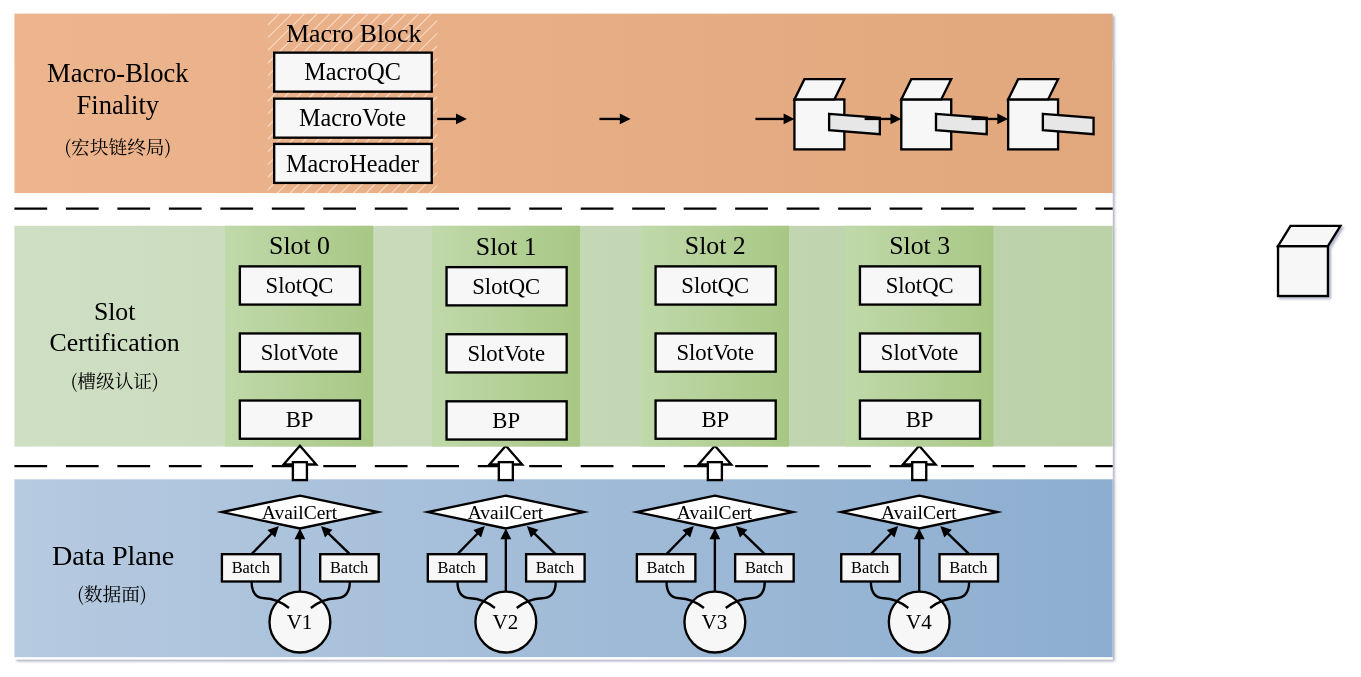
Earlier version of the draw.io diagram page "第 10 页" (10 of 10) of 3-x.drawio (cynic-1/Graphs). Source tidied: cells renumbered, new cells numbered last; positions are measured from the earlier drawing's top-left corner, leaving out a move shared by most shapes. Both pictures are drawn from the tidied source at 78%, with x=0, y=0 at pixel (14, 13).
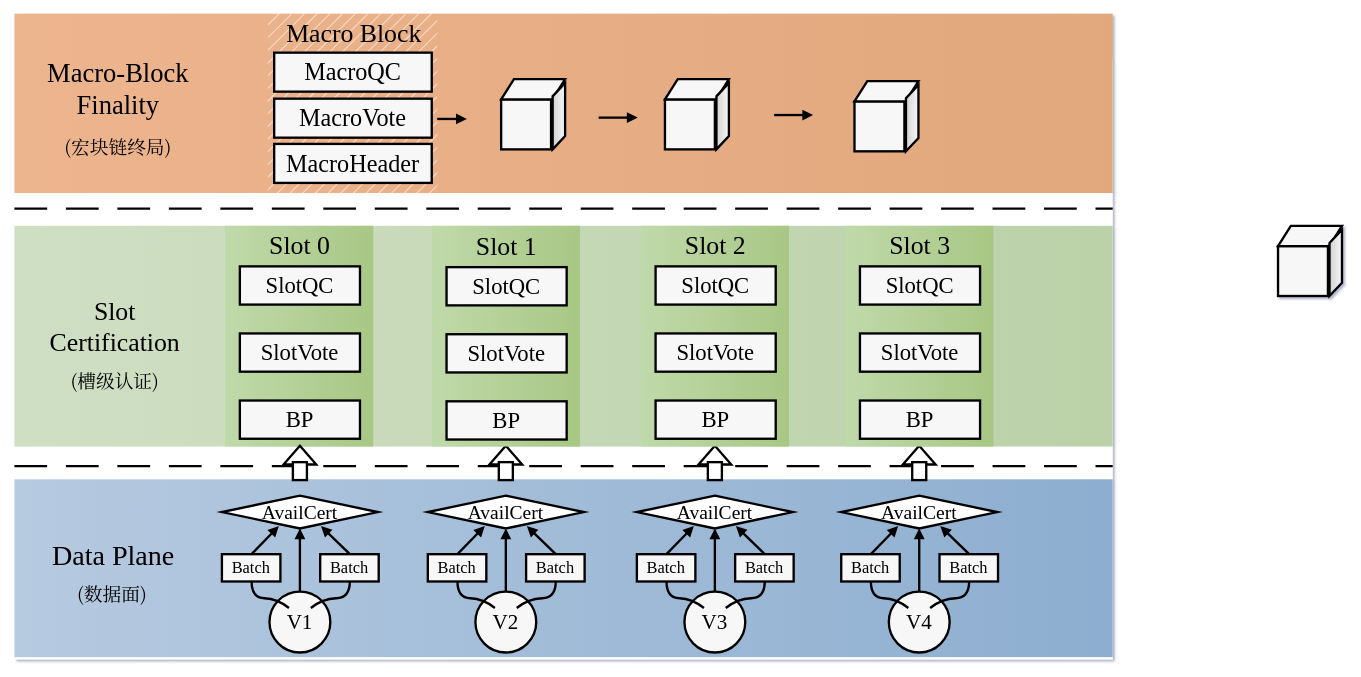
The same page after the edit.

Change to the diagram source:
```diff
@@
-    <mxCell id="17" style="edgeStyle=none;html=1;rounded=0;jettySize=auto;orthogonalLoop=1;strokeWidth=3;endArrow=block;endFill=1;" parent="1" edge="1">
-      <mxGeometry relative="1" as="geometry">
-        <mxPoint x="750" y="135" as="sourcePoint" />
-        <mxPoint x="790" y="135" as="targetPoint" />
-      </mxGeometry>
-    </mxCell>
     <mxCell id="18" style="edgeStyle=none;html=1;rounded=0;jettySize=auto;orthogonalLoop=1;strokeWidth=3;endArrow=block;endFill=1;" parent="1" edge="1">
       <mxGeometry relative="1" as="geometry">
-        <mxPoint x="950" y="135" as="sourcePoint" />
-        <mxPoint x="1000" y="135" as="targetPoint" />
+        <mxPoint x="749" y="133.3" as="sourcePoint" />
+        <mxPoint x="799" y="133.3" as="targetPoint" />
       </mxGeometry>
     </mxCell>
-    <mxCell id="19" style="rounded=0;whiteSpace=wrap;html=1;fillColor=#F7F7F7;strokeColor=#000000;strokeWidth=3;" parent="1" vertex="1">
-      <mxGeometry x="1000" y="110" width="64" height="64" as="geometry" />
-    </mxCell>
-    <mxCell id="20" style="shape=parallelogram;perimeter=parallelogramPerimeter;whiteSpace=wrap;html=1;fillColor=#F7F7F7;strokeColor=#000000;strokeWidth=3;" parent="1" vertex="1">
-      <mxGeometry x="1000" y="84" width="64" height="26" as="geometry" />
-    </mxCell>
-    <mxCell id="21" style="shape=parallelogram;perimeter=parallelogramPerimeter;whiteSpace=wrap;html=1;fillColor=#E7E7E7;strokeColor=#000000;strokeWidth=3;rotation=90;" parent="1" vertex="1">
-      <mxGeometry x="1064" y="109" width="26" height="65" as="geometry" />
-    </mxCell>
-    <mxCell id="22" style="rounded=0;whiteSpace=wrap;html=1;fillColor=#F7F7F7;strokeColor=#000000;strokeWidth=3;" parent="1" vertex="1">
-      <mxGeometry x="1137" y="110" width="64" height="64" as="geometry" />
-    </mxCell>
-    <mxCell id="23" style="shape=parallelogram;perimeter=parallelogramPerimeter;whiteSpace=wrap;html=1;fillColor=#F7F7F7;strokeColor=#000000;strokeWidth=3;" parent="1" vertex="1">
-      <mxGeometry x="1137" y="84" width="64" height="26" as="geometry" />
-    </mxCell>
-    <mxCell id="24" style="shape=parallelogram;perimeter=parallelogramPerimeter;whiteSpace=wrap;html=1;fillColor=#E7E7E7;strokeColor=#000000;strokeWidth=3;rotation=90;" parent="1" vertex="1">
-      <mxGeometry x="1201" y="109" width="26" height="65" as="geometry" />
-    </mxCell>
-    <mxCell id="25" style="rounded=0;whiteSpace=wrap;html=1;fillColor=#F7F7F7;strokeColor=#000000;strokeWidth=3;" parent="1" vertex="1">
-      <mxGeometry x="1274" y="110" width="64" height="64" as="geometry" />
-    </mxCell>
-    <mxCell id="26" style="shape=parallelogram;perimeter=parallelogramPerimeter;whiteSpace=wrap;html=1;fillColor=#F7F7F7;strokeColor=#000000;strokeWidth=3;" parent="1" vertex="1">
-      <mxGeometry x="1274" y="84" width="64" height="26" as="geometry" />
-    </mxCell>
-    <mxCell id="27" style="shape=parallelogram;perimeter=parallelogramPerimeter;whiteSpace=wrap;html=1;fillColor=#E7E7E7;strokeColor=#000000;strokeWidth=3;rotation=90;" parent="1" vertex="1">
-      <mxGeometry x="1338" y="109" width="26" height="65" as="geometry" />
-    </mxCell>
-    <mxCell id="28" style="edgeStyle=none;html=1;rounded=0;jettySize=auto;orthogonalLoop=1;strokeWidth=3;endArrow=block;endFill=1;" parent="1" edge="1">
-      <mxGeometry relative="1" as="geometry">
-        <mxPoint x="1090" y="135" as="sourcePoint" />
-        <mxPoint x="1137" y="135" as="targetPoint" />
-      </mxGeometry>
-    </mxCell>
-    <mxCell id="29" style="edgeStyle=none;html=1;rounded=0;jettySize=auto;orthogonalLoop=1;strokeWidth=3;endArrow=block;endFill=1;" parent="1" edge="1">
-      <mxGeometry relative="1" as="geometry">
-        <mxPoint x="1227" y="135" as="sourcePoint" />
-        <mxPoint x="1274" y="135" as="targetPoint" />
-      </mxGeometry>
-    </mxCell>
@@
     <mxCell id="99" style="shape=parallelogram;perimeter=parallelogramPerimeter;whiteSpace=wrap;html=1;fillColor=#F7F7F7;strokeColor=#000000;strokeWidth=3;" parent="1" vertex="1">
-      <mxGeometry x="1620" y="272" width="80" height="26" as="geometry" />
+      <mxGeometry x="1620" y="272" width="82" height="26" as="geometry" />
     </mxCell>
+    <mxCell id="100" style="shape=parallelogram;perimeter=parallelogramPerimeter;whiteSpace=wrap;html=1;fillColor=#F7F7F7;strokeColor=default;strokeWidth=3;direction=south;flipV=1;gradientColor=#D2D2D2;rotation=0;" parent="1" vertex="1">
+      <mxGeometry x="1686" y="277" width="16" height="85" as="geometry" />
+    </mxCell>
+    <mxCell id="101" style="rounded=0;whiteSpace=wrap;html=1;fillColor=#F7F7F7;strokeColor=#000000;strokeWidth=3;" parent="1" vertex="1">
+      <mxGeometry x="624" y="110" width="64" height="64" as="geometry" />
+    </mxCell>
+    <mxCell id="102" style="shape=parallelogram;perimeter=parallelogramPerimeter;whiteSpace=wrap;html=1;fillColor=#F7F7F7;strokeColor=#000000;strokeWidth=3;" parent="1" vertex="1">
+      <mxGeometry x="624" y="84" width="82" height="26" as="geometry" />
+    </mxCell>
+    <mxCell id="103" style="shape=parallelogram;perimeter=parallelogramPerimeter;whiteSpace=wrap;html=1;fillColor=#F7F7F7;strokeColor=default;strokeWidth=3;direction=south;flipV=1;gradientColor=#D2D2D2;rotation=0;" parent="1" vertex="1">
+      <mxGeometry x="690" y="89" width="16" height="85" as="geometry" />
+    </mxCell>
+    <mxCell id="104" style="rounded=0;whiteSpace=wrap;html=1;fillColor=#F7F7F7;strokeColor=#000000;strokeWidth=3;" parent="1" vertex="1">
+      <mxGeometry x="834" y="110" width="64" height="64" as="geometry" />
+    </mxCell>
+    <mxCell id="105" style="shape=parallelogram;perimeter=parallelogramPerimeter;whiteSpace=wrap;html=1;fillColor=#F7F7F7;strokeColor=#000000;strokeWidth=3;" parent="1" vertex="1">
+      <mxGeometry x="834" y="84" width="82" height="26" as="geometry" />
+    </mxCell>
+    <mxCell id="106" style="shape=parallelogram;perimeter=parallelogramPerimeter;whiteSpace=wrap;html=1;fillColor=#F7F7F7;strokeColor=default;strokeWidth=3;direction=south;flipV=1;gradientColor=#D2D2D2;rotation=0;" parent="1" vertex="1">
+      <mxGeometry x="900" y="89" width="16" height="85" as="geometry" />
+    </mxCell>
+    <mxCell id="107" style="edgeStyle=none;html=1;rounded=0;jettySize=auto;orthogonalLoop=1;strokeWidth=3;endArrow=block;endFill=1;" parent="1" edge="1">
+      <mxGeometry relative="1" as="geometry">
+        <mxPoint x="974" y="130" as="sourcePoint" />
+        <mxPoint x="1024" y="130" as="targetPoint" />
+      </mxGeometry>
+    </mxCell>
+    <mxCell id="108" style="rounded=0;whiteSpace=wrap;html=1;fillColor=#F7F7F7;strokeColor=#000000;strokeWidth=3;" parent="1" vertex="1">
+      <mxGeometry x="1077" y="112.5" width="64" height="64" as="geometry" />
+    </mxCell>
+    <mxCell id="109" style="shape=parallelogram;perimeter=parallelogramPerimeter;whiteSpace=wrap;html=1;fillColor=#F7F7F7;strokeColor=#000000;strokeWidth=3;" parent="1" vertex="1">
+      <mxGeometry x="1077" y="86.5" width="82" height="26" as="geometry" />
+    </mxCell>
+    <mxCell id="110" style="shape=parallelogram;perimeter=parallelogramPerimeter;whiteSpace=wrap;html=1;fillColor=#F7F7F7;strokeColor=default;strokeWidth=3;direction=south;flipV=1;gradientColor=#D2D2D2;rotation=0;" parent="1" vertex="1">
+      <mxGeometry x="1143" y="91.5" width="16" height="85" as="geometry" />
+    </mxCell>
```
